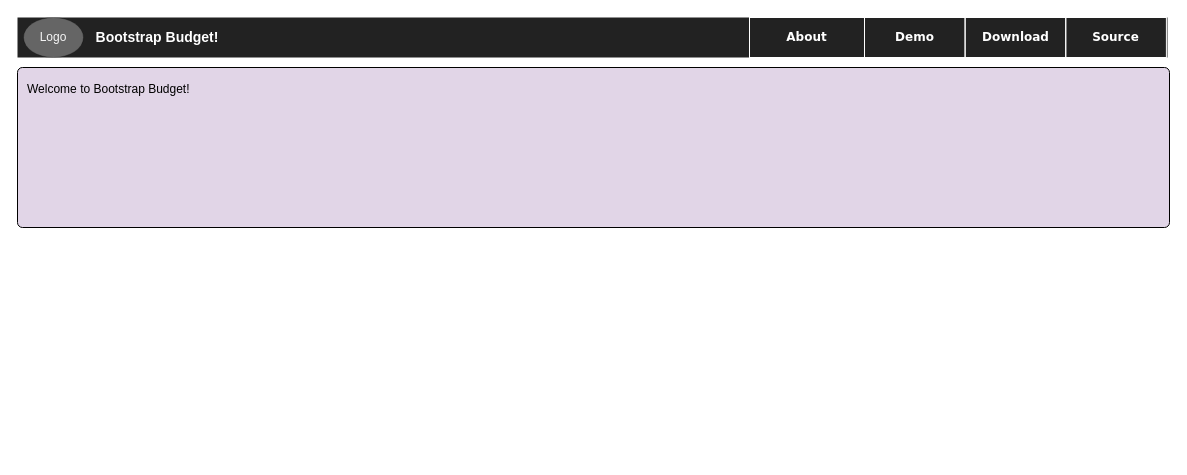
Earlier version of the draw.io diagram dev-diary/diagrams/front-page-v1.drawio (forgineer/bootstrap-budget). Source tidied: cells renumbered, new cells numbered last; positions are measured from the earlier drawing's top-left corner, leaving out a move shared by most shapes. Both pictures are drawn from the tidied source at 100%, with x=0, y=0 at pixel (17, 17). Pictures stored in the file or linked from it are replaced by grey dashed boxes.
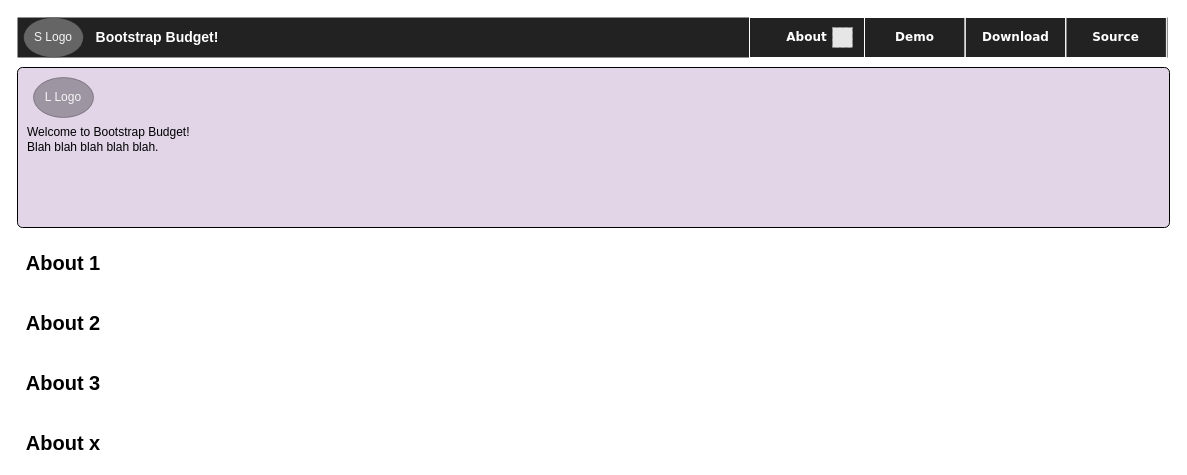
The same page after the edit.

What changed in the source:
```diff
@@
 <mxGraphModel background="#ffffff">
   <root>
     <mxCell id="0" />
     <mxCell id="1" parent="0" />
     <mxCell id="2" style="html=1;shadow=0;dashed=0;shape=mxgraph.bootstrap.rect;fillColor=#222222;strokeColor=none;whiteSpace=wrap;rounded=0;fontSize=12;fontColor=#000000;align=center;fontStyle=1;" parent="1" vertex="1">
       <mxGeometry width="1150" height="40" as="geometry" />
     </mxCell>
     <mxCell id="3" value="Bootstrap Budget!" style="html=1;shadow=0;dashed=0;fillColor=none;strokeColor=none;shape=mxgraph.bootstrap.rect;fontSize=14;whiteSpace=wrap;fontStyle=1;fontColor=#FFFFFF;" parent="2" vertex="1">
       <mxGeometry x="65" width="150" height="40" as="geometry" />
     </mxCell>
     <mxCell id="4" value="About" style="html=1;shadow=0;dashed=0;fillColor=none;shape=mxgraph.bootstrap.rect;whiteSpace=wrap;strokeColor=#FFFFFF;fontColor=#FFFFFF;fontStyle=1;fontFamily=Verdana;" parent="2" vertex="1">
       <mxGeometry x="732" width="115" height="40" as="geometry" />
     </mxCell>
     <mxCell id="5" value="Demo" style="html=1;shadow=0;dashed=0;fillColor=none;shape=mxgraph.bootstrap.rect;whiteSpace=wrap;fontColor=#FFFFFF;strokeColor=#FFFFFF;fontStyle=1;fontFamily=Verdana;" parent="2" vertex="1">
       <mxGeometry x="847" width="100.6" height="40" as="geometry" />
     </mxCell>
-    <mxCell id="6" value="Logo" style="ellipse;whiteSpace=wrap;html=1;opacity=30;fontColor=#F5F5F5;" parent="2" vertex="1">
+    <mxCell id="6" value="S Logo" style="ellipse;whiteSpace=wrap;html=1;opacity=30;fontColor=#F5F5F5;" parent="2" vertex="1">
       <mxGeometry x="6" width="60" height="40" as="geometry" />
     </mxCell>
     <mxCell id="7" value="Download" style="html=1;shadow=0;dashed=0;fillColor=none;shape=mxgraph.bootstrap.rect;whiteSpace=wrap;fontColor=#FFFFFF;strokeColor=#FFFFFF;fontStyle=1;fontFamily=Verdana;" parent="2" vertex="1">
       <mxGeometry x="947.6" width="100.6" height="40" as="geometry" />
     </mxCell>
     <mxCell id="8" value="Source" style="html=1;shadow=0;dashed=0;fillColor=none;shape=mxgraph.bootstrap.rect;whiteSpace=wrap;fontColor=#FFFFFF;strokeColor=#FFFFFF;fontStyle=1;fontFamily=Verdana;" parent="2" vertex="1">
       <mxGeometry x="1048.3" width="100.6" height="40" as="geometry" />
     </mxCell>
+    <mxCell id="10" style="fillColor=#E6E6E6;strokeColor=#999999;dashed=1;html=1;verticalAlign=top;verticalLabelPosition=bottom;labelBackgroundColor=#ffffff;" parent="2" vertex="1">
+      <mxGeometry x="815" y="10" width="20" height="20" as="geometry" />
+    </mxCell>
-    <mxCell id="9" value="Welcome to Bootstrap Budget!&lt;br&gt;&lt;br&gt;" style="html=1;shadow=0;dashed=0;shape=mxgraph.bootstrap.rrect;rSize=5;fontSize=12;align=left;spacing=10;verticalAlign=top;whiteSpace=wrap;rounded=0;fillColor=#E1D5E7;" parent="1" vertex="1">
+    <mxCell id="9" value="&lt;br&gt;&lt;br&gt;&lt;br&gt;Welcome to Bootstrap Budget!&lt;br&gt;Blah blah blah blah blah." style="html=1;shadow=0;dashed=0;shape=mxgraph.bootstrap.rrect;rSize=5;fontSize=12;align=left;spacing=10;verticalAlign=top;whiteSpace=wrap;rounded=0;fillColor=#E1D5E7;" parent="1" vertex="1">
       <mxGeometry y="50" width="1152" height="160" as="geometry" />
     </mxCell>
+    <mxCell id="11" value="&lt;b&gt;&lt;font style=&quot;font-size: 20px&quot;&gt;About 1&lt;/font&gt;&lt;/b&gt;" style="text;html=1;strokeColor=none;fillColor=none;align=center;verticalAlign=middle;whiteSpace=wrap;rounded=0;" parent="1" vertex="1">
+      <mxGeometry y="230" width="92" height="30" as="geometry" />
+    </mxCell>
+    <mxCell id="12" value="&lt;b&gt;&lt;font style=&quot;font-size: 20px&quot;&gt;About 2&lt;/font&gt;&lt;/b&gt;" style="text;html=1;strokeColor=none;fillColor=none;align=center;verticalAlign=middle;whiteSpace=wrap;rounded=0;" parent="1" vertex="1">
+      <mxGeometry y="290" width="92" height="30" as="geometry" />
+    </mxCell>
+    <mxCell id="13" value="&lt;b&gt;&lt;font style=&quot;font-size: 20px&quot;&gt;About 3&lt;/font&gt;&lt;/b&gt;" style="text;html=1;strokeColor=none;fillColor=none;align=center;verticalAlign=middle;whiteSpace=wrap;rounded=0;" parent="1" vertex="1">
+      <mxGeometry y="350" width="92" height="30" as="geometry" />
+    </mxCell>
+    <mxCell id="14" value="&lt;b&gt;&lt;font style=&quot;font-size: 20px&quot;&gt;About x&lt;/font&gt;&lt;/b&gt;" style="text;html=1;strokeColor=none;fillColor=none;align=center;verticalAlign=middle;whiteSpace=wrap;rounded=0;" parent="1" vertex="1">
+      <mxGeometry y="410" width="92" height="30" as="geometry" />
+    </mxCell>
+    <mxCell id="15" value="L Logo" style="ellipse;whiteSpace=wrap;html=1;opacity=30;fontColor=#F5F5F5;fillColor=#000000;" parent="1" vertex="1">
+      <mxGeometry x="16" y="60" width="60" height="40" as="geometry" />
+    </mxCell>
   </root>
 </mxGraphModel>
```
